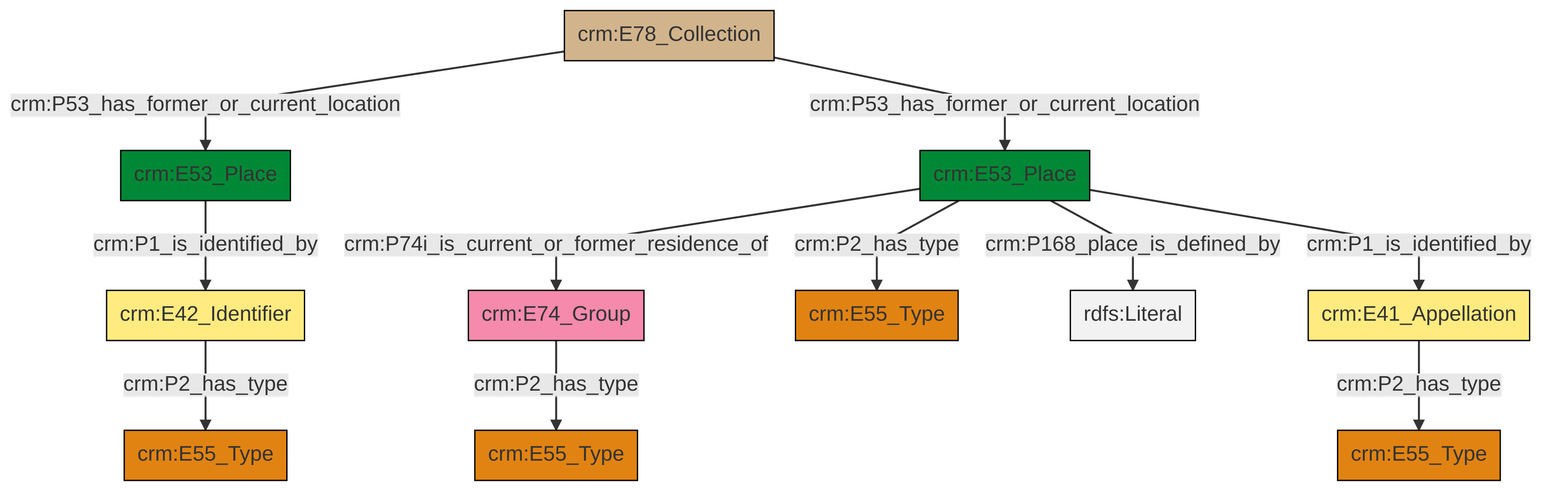
This is et/archivalCSV/ttl/mmd/png/archival_location.png from swiss-art-research-net/docs.swissartresearch, a Mermaid export, as it was before one commit. Its source is kept beside it as et/archivalCSV/ttl/mmd/archival_location.ttl.mmd.
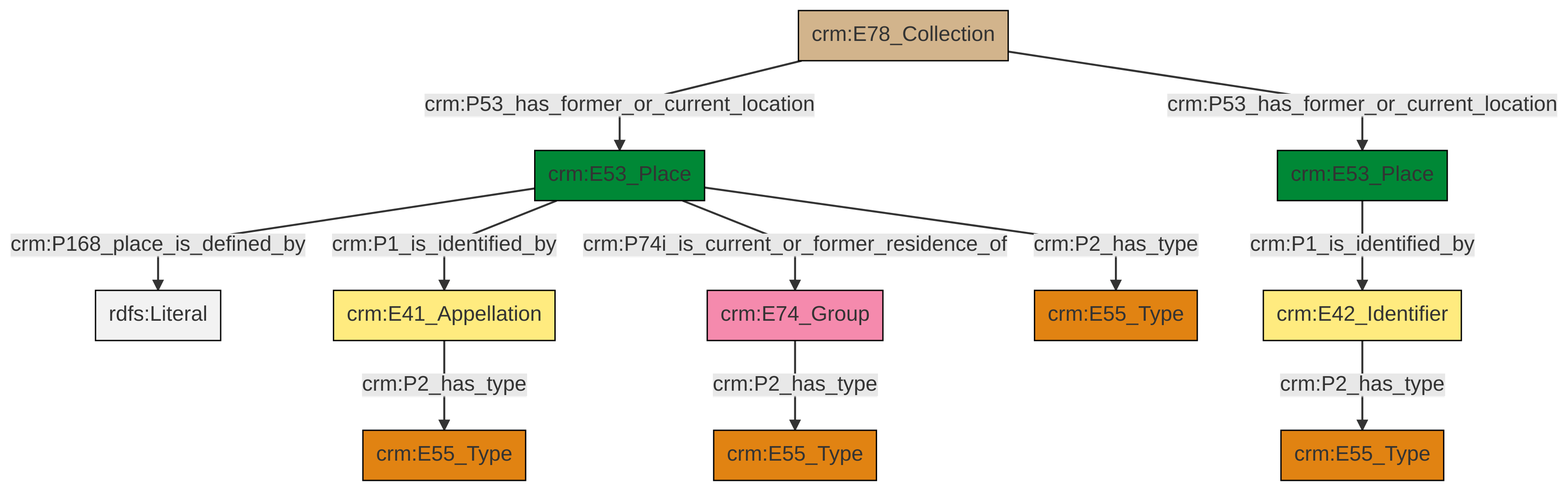
After the commit.

The edit, as a diff of the source:
```diff
@@ -13,13 +13,13 @@
 classDef PC_Classes fill:#4ce600, stroke:#000000;
 classDef Multi fill:#cccccc,stroke:#000000;
 
-6["crm:E74_Group"]:::Actor -->|crm:P2_has_type| 7["crm:E55_Type"]:::Type
-8["crm:E41_Appellation"]:::Appellation -->|crm:P2_has_type| 2["crm:E55_Type"]:::Type
-4["crm:E53_Place"]:::Place -->|crm:P2_has_type| 9["crm:E55_Type"]:::Type
-4["crm:E53_Place"]:::Place -->|crm:P168_place_is_defined_by| 14[rdfs:Literal]:::Literal
-4["crm:E53_Place"]:::Place -->|crm:P74i_is_current_or_former_residence_of| 6["crm:E74_Group"]:::Actor
-17["crm:E78_Collection"]:::Physical_Thing -->|crm:P53_has_former_or_current_location| 19["crm:E53_Place"]:::Place
-15["crm:E42_Identifier"]:::Appellation -->|crm:P2_has_type| 0["crm:E55_Type"]:::Type
-4["crm:E53_Place"]:::Place -->|crm:P1_is_identified_by| 8["crm:E41_Appellation"]:::Appellation
-17["crm:E78_Collection"]:::Physical_Thing -->|crm:P53_has_former_or_current_location| 4["crm:E53_Place"]:::Place
-19["crm:E53_Place"]:::Place -->|crm:P1_is_identified_by| 15["crm:E42_Identifier"]:::Appellation
+0["crm:E53_Place"]:::Place -->|crm:P168_place_is_defined_by| 1[rdfs:Literal]:::Literal
+2["crm:E41_Appellation"]:::Appellation -->|crm:P2_has_type| 3["crm:E55_Type"]:::Type
+8["crm:E74_Group"]:::Actor -->|crm:P2_has_type| 6["crm:E55_Type"]:::Type
+0["crm:E53_Place"]:::Place -->|crm:P1_is_identified_by| 2["crm:E41_Appellation"]:::Appellation
+4["crm:E53_Place"]:::Place -->|crm:P1_is_identified_by| 13["crm:E42_Identifier"]:::Appellation
+20["crm:E78_Collection"]:::Physical_Thing -->|crm:P53_has_former_or_current_location| 0["crm:E53_Place"]:::Place
+13["crm:E42_Identifier"]:::Appellation -->|crm:P2_has_type| 9["crm:E55_Type"]:::Type
+20["crm:E78_Collection"]:::Physical_Thing -->|crm:P53_has_former_or_current_location| 4["crm:E53_Place"]:::Place
+0["crm:E53_Place"]:::Place -->|crm:P74i_is_current_or_former_residence_of| 8["crm:E74_Group"]:::Actor
+0["crm:E53_Place"]:::Place -->|crm:P2_has_type| 15["crm:E55_Type"]:::Type
```
